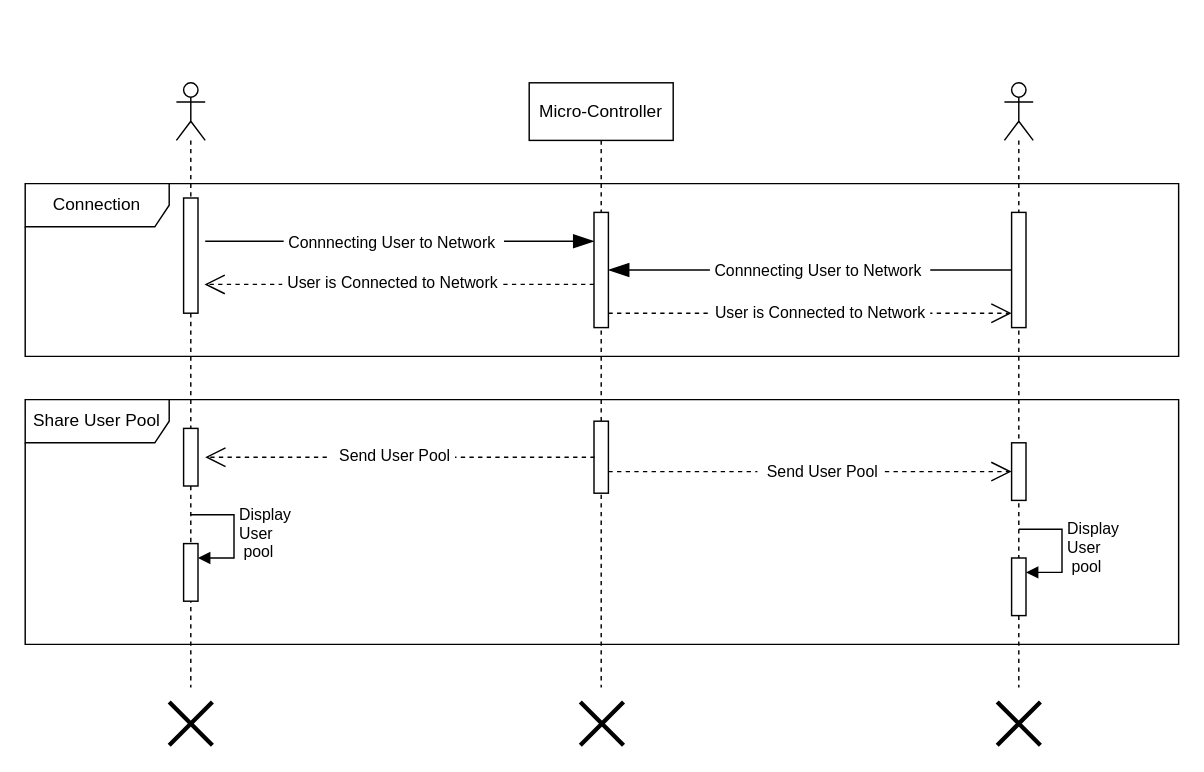
This is Figures/Sequence Diagram/Draw-io/AndroCom_SequenceDiagram_SendUserPoolToAllNodes.drawio from imharris24/AndroCom-Android, a draw.io file, before an edit. Source tidied: cells renumbered, new cells numbered last; positions are measured from the earlier drawing's top-left corner, leaving out a move shared by most shapes. Both pictures are drawn from the tidied source at 144%, with x=0, y=0 at pixel (24, 82).
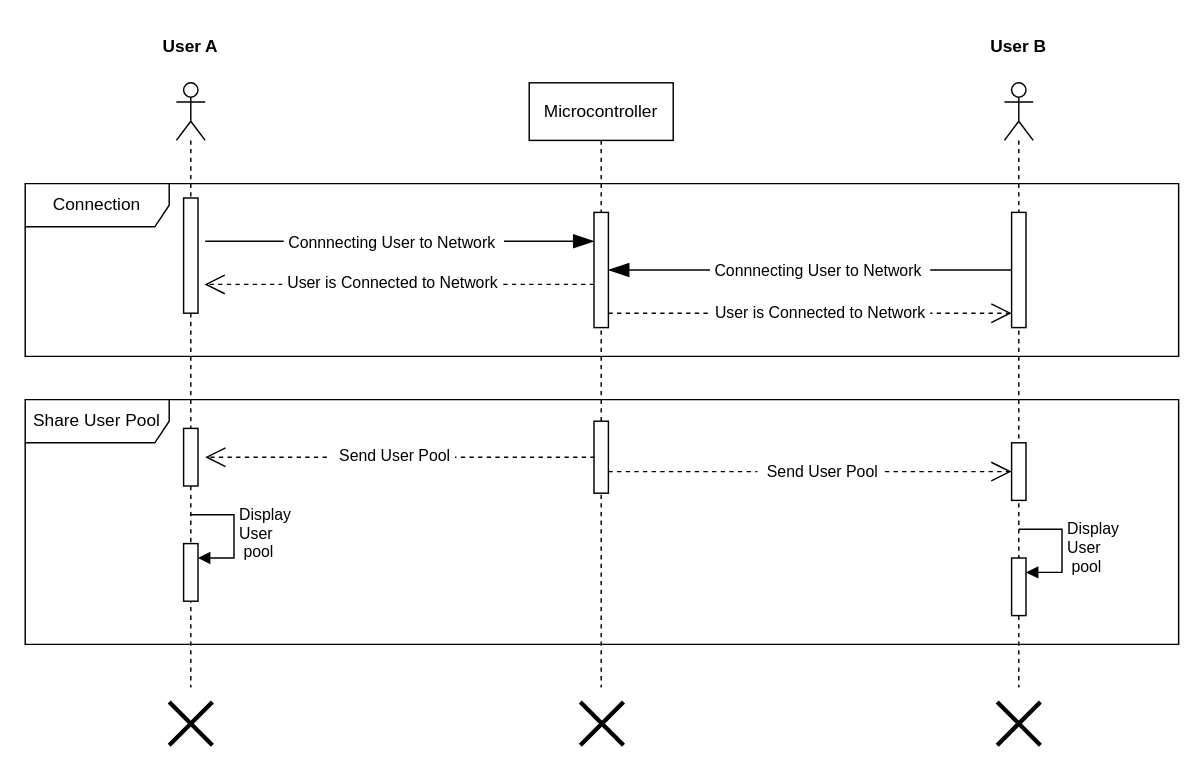
After the change.

Commit message (it also covers changes not shown here):
Updating Sequence Diagram

Diff of the diagram source:
```diff
@@
-    <mxCell id="2" value="Micro-Controller" style="shape=umlLifeline;perimeter=lifelinePerimeter;whiteSpace=wrap;html=1;newEdgeStyle={&quot;edgeStyle&quot;:&quot;elbowEdgeStyle&quot;,&quot;elbow&quot;:&quot;vertical&quot;,&quot;curved&quot;:0,&quot;rounded&quot;:0};" parent="1" vertex="1">
+    <mxCell id="2" value="Microcontroller" style="shape=umlLifeline;perimeter=lifelinePerimeter;whiteSpace=wrap;html=1;newEdgeStyle={&quot;edgeStyle&quot;:&quot;elbowEdgeStyle&quot;,&quot;elbow&quot;:&quot;vertical&quot;,&quot;curved&quot;:0,&quot;rounded&quot;:0};" parent="1" vertex="1">
       <mxGeometry x="350" width="100" height="420" as="geometry" />
     </mxCell>
@@
+    <mxCell id="32" value="&lt;b style=&quot;border-color: var(--border-color);&quot;&gt;User A&lt;/b&gt;" style="text;html=1;strokeColor=none;fillColor=none;align=center;verticalAlign=middle;whiteSpace=wrap;rounded=0;" parent="1" vertex="1">
+      <mxGeometry x="85" y="-40" width="60" height="30" as="geometry" />
+    </mxCell>
+    <mxCell id="33" value="&lt;b style=&quot;border-color: var(--border-color);&quot;&gt;User B&lt;/b&gt;" style="text;html=1;strokeColor=none;fillColor=none;align=center;verticalAlign=middle;whiteSpace=wrap;rounded=0;" parent="1" vertex="1">
+      <mxGeometry x="660" y="-40" width="60" height="30" as="geometry" />
+    </mxCell>
```
